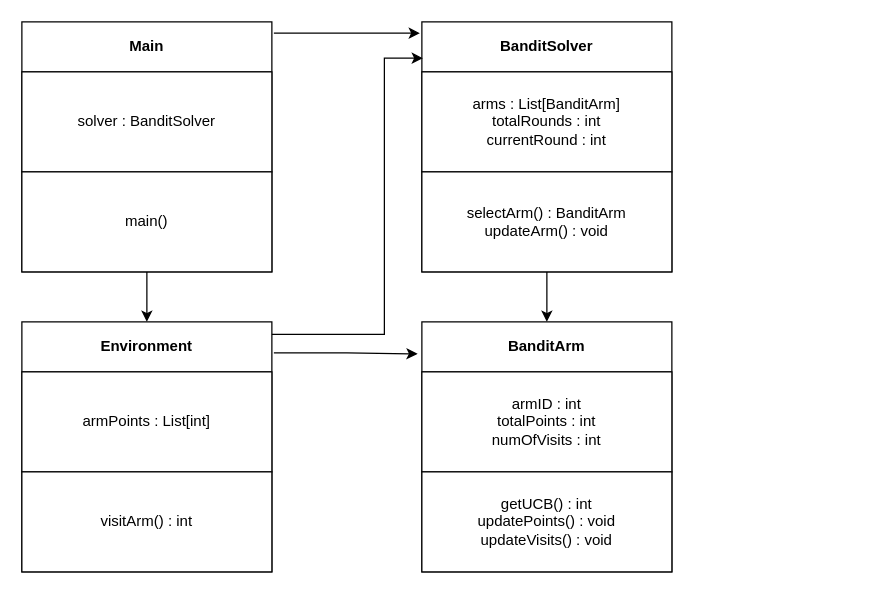
DanciuA004/Year3Project keeps this draw.io diagram as documents/Bandit UML.drawio. Above is the earlier version. Source tidied: cells renumbered, new cells numbered last; positions are measured from the earlier drawing's top-left corner, leaving out a move shared by most shapes. Both pictures are drawn from the tidied source at 125%, with x=0, y=0 at pixel (21, 21).
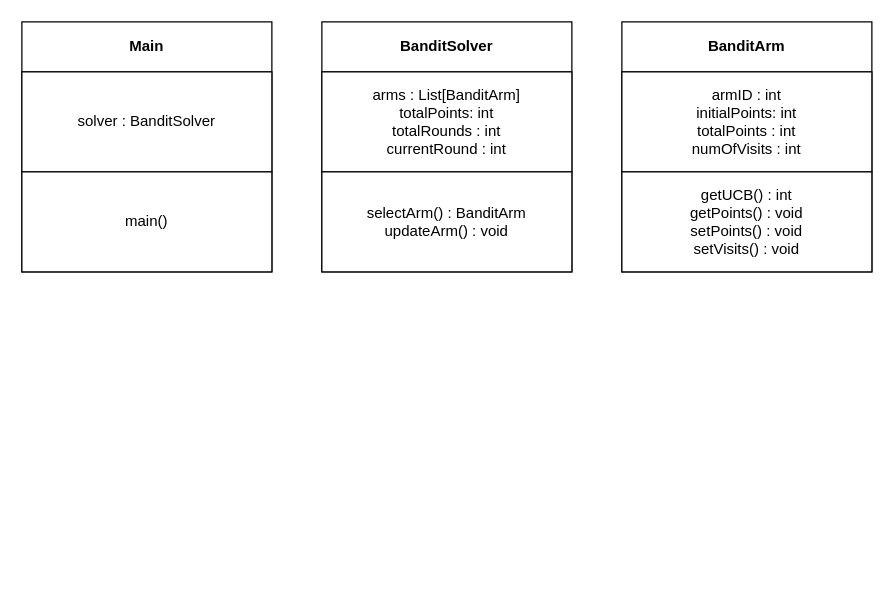
After the change.

Commit message:
further changes to UML

The change refers to these unchanged cells:
```xml
<mxCell id="2" value="Main" style="swimlane;whiteSpace=wrap;html=1;startSize=40;" parent="1" vertex="1">
  <mxGeometry width="200" height="200" as="geometry" />
</mxCell>
<mxCell id="4" value="main()" style="whiteSpace=wrap;html=1;" parent="2" vertex="1">
  <mxGeometry y="120" width="200" height="80" as="geometry" />
</mxCell>
```

What changed in the source:
```diff
@@
-    <mxCell id="5" value="Environment" style="swimlane;whiteSpace=wrap;html=1;startSize=40;" parent="1" vertex="1">
-      <mxGeometry y="240" width="200" height="200" as="geometry" />
-    </mxCell>
-    <mxCell id="6" value="armPoints : List[int]" style="whiteSpace=wrap;html=1;" parent="5" vertex="1">
-      <mxGeometry y="40" width="200" height="80" as="geometry" />
-    </mxCell>
-    <mxCell id="7" value="visitArm() : int" style="whiteSpace=wrap;html=1;" parent="5" vertex="1">
-      <mxGeometry y="120" width="200" height="80" as="geometry" />
-    </mxCell>
     <mxCell id="8" value="BanditArm" style="swimlane;whiteSpace=wrap;html=1;startSize=40;" parent="1" vertex="1">
-      <mxGeometry x="320" y="240" width="200" height="200" as="geometry" />
+      <mxGeometry x="480" width="200" height="200" as="geometry" />
     </mxCell>
-    <mxCell id="9" value="armID : int&lt;br&gt;totalPoints : int&lt;br&gt;numOfVisits : int" style="whiteSpace=wrap;html=1;" parent="8" vertex="1">
+    <mxCell id="9" value="armID : int&lt;br&gt;initialPoints: int&lt;br&gt;totalPoints : int&lt;br&gt;numOfVisits : int" style="whiteSpace=wrap;html=1;" parent="8" vertex="1">
       <mxGeometry y="40" width="200" height="80" as="geometry" />
     </mxCell>
-    <mxCell id="10" value="getUCB() : int&lt;br&gt;updatePoints() : void&lt;br&gt;updateVisits() : void" style="whiteSpace=wrap;html=1;" parent="8" vertex="1">
+    <mxCell id="10" value="getUCB() : int&lt;br&gt;getPoints() : void&lt;br&gt;setPoints() : void&lt;br&gt;setVisits() : void" style="whiteSpace=wrap;html=1;" parent="8" vertex="1">
       <mxGeometry y="120" width="200" height="80" as="geometry" />
     </mxCell>
-    <mxCell id="11" style="edgeStyle=orthogonalEdgeStyle;rounded=0;jettySize=auto;html=1;exitX=0.5;exitY=1;exitDx=0;exitDy=0;entryX=0.5;entryY=0;entryDx=0;entryDy=0;" parent="1" edge="1" source="12" target="8">
-      <mxGeometry relative="1" as="geometry" />
-    </mxCell>
     <mxCell id="12" value="BanditSolver" style="swimlane;whiteSpace=wrap;html=1;startSize=40;" parent="1" vertex="1">
-      <mxGeometry x="320" width="200" height="200" as="geometry" />
+      <mxGeometry x="240" width="200" height="200" as="geometry" />
     </mxCell>
-    <mxCell id="13" value="arms : List[BanditArm]&lt;br&gt;totalRounds : int&lt;br&gt;currentRound : int" style="whiteSpace=wrap;html=1;" parent="12" vertex="1">
+    <mxCell id="13" value="arms : List[BanditArm]&lt;br&gt;totalPoints: int&lt;br&gt;totalRounds : int&lt;br&gt;currentRound : int" style="whiteSpace=wrap;html=1;" parent="12" vertex="1">
       <mxGeometry y="40" width="200" height="80" as="geometry" />
     </mxCell>
@@
-    <mxCell id="15" style="edgeStyle=orthogonalEdgeStyle;rounded=0;jettySize=auto;html=1;exitX=0.5;exitY=1;exitDx=0;exitDy=0;entryX=0.5;entryY=0;entryDx=0;entryDy=0;" parent="1" edge="1" source="4" target="5">
-      <mxGeometry relative="1" as="geometry" />
-    </mxCell>
-    <mxCell id="16" style="edgeStyle=orthogonalEdgeStyle;rounded=0;jettySize=auto;html=1;entryX=-0.008;entryY=0.045;entryDx=0;entryDy=0;entryPerimeter=0;exitX=1.008;exitY=0.045;exitDx=0;exitDy=0;exitPerimeter=0;" parent="1" edge="1" source="2" target="12">
-      <mxGeometry relative="1" as="geometry" />
-    </mxCell>
-    <mxCell id="17" style="edgeStyle=orthogonalEdgeStyle;rounded=0;jettySize=auto;html=1;exitX=1.008;exitY=0.124;exitDx=0;exitDy=0;entryX=-0.017;entryY=0.128;entryDx=0;entryDy=0;entryPerimeter=0;exitPerimeter=0;" parent="1" edge="1" source="5" target="8">
-      <mxGeometry relative="1" as="geometry" />
-    </mxCell>
-    <mxCell id="18" style="edgeStyle=orthogonalEdgeStyle;rounded=0;jettySize=auto;html=1;entryX=0.004;entryY=0.145;entryDx=0;entryDy=0;entryPerimeter=0;" parent="1" edge="1" target="12">
-      <mxGeometry relative="1" as="geometry">
-        <mxPoint x="200" y="250" as="sourcePoint" />
-        <Array as="points">
-          <mxPoint x="290" y="250" />
-          <mxPoint x="290" y="29" />
-        </Array>
-      </mxGeometry>
-    </mxCell>
```
